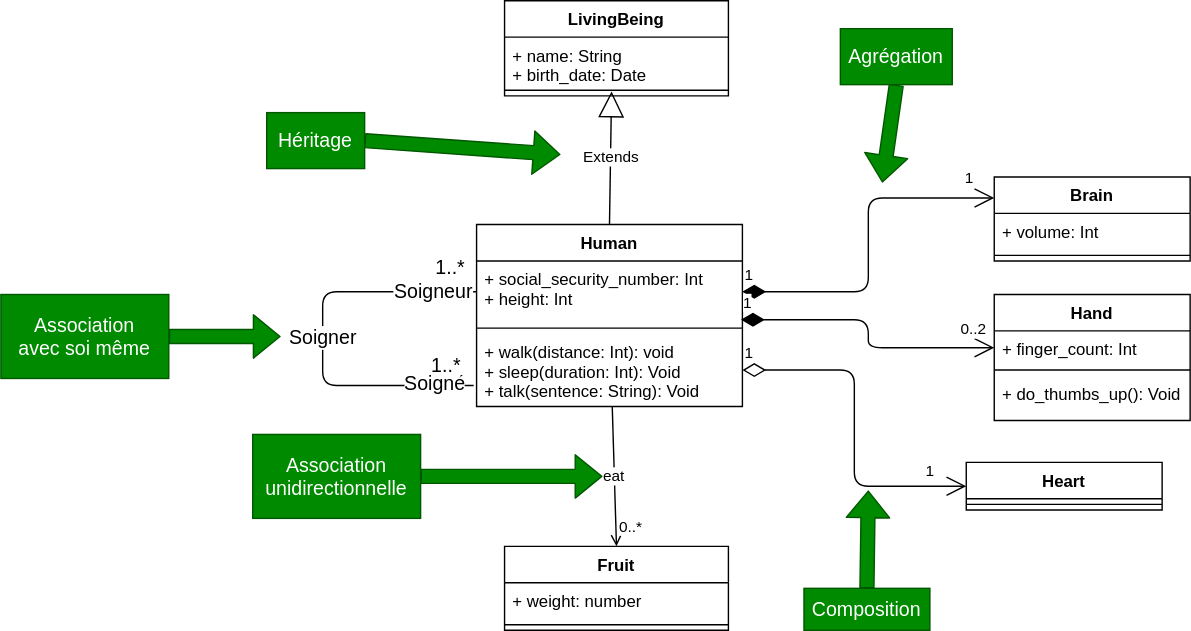
This is docs/poo/img/uml02.drawio.svg from yostane/cours-techniques-de-programmation, a draw.io export, as it was before one commit. Source tidied: cells renumbered, new cells last; positions are measured from the earlier drawing's top-left corner, leaving out a move shared by most shapes.
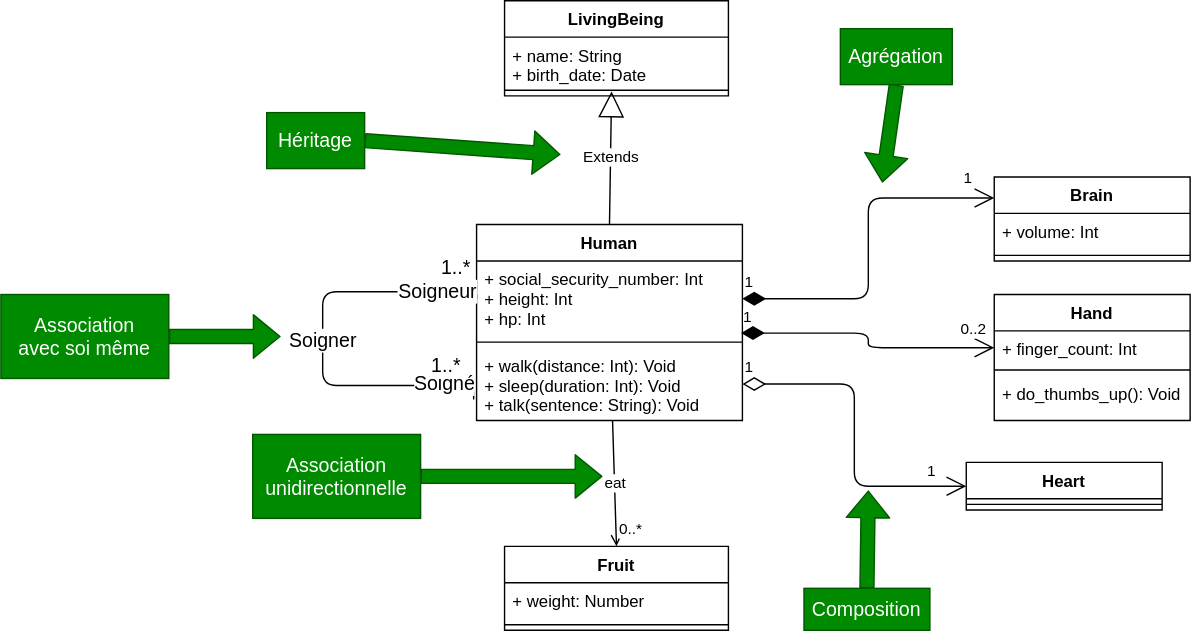
The same file after the commit.

The edit, as a diff of the source:
```diff
@@ -11,16 +11,16 @@
       </mxGeometry>
     </mxCell>
     <mxCell id="4" value="Human" style="swimlane;fontStyle=1;align=center;verticalAlign=top;horizontal=1;startSize=26;" parent="1" vertex="1">
-      <mxGeometry x="340" y="160" width="190" height="130" as="geometry" />
+      <mxGeometry x="340" y="160" width="190" height="140" as="geometry" />
     </mxCell>
-    <mxCell id="5" value="+ social_security_number: Int&#10;+ height: Int&#10;" style="text;strokeColor=none;fillColor=none;align=left;verticalAlign=top;spacingLeft=4;spacingRight=4;overflow=hidden;points=[[0,0.5],[1,0.5]];portConstraint=eastwest;" parent="4" vertex="1">
-      <mxGeometry y="26" width="190" height="44" as="geometry" />
+    <mxCell id="5" value="+ social_security_number: Int&#10;+ height: Int&#10;+ hp: Int&#10;" style="text;strokeColor=none;fillColor=none;align=left;verticalAlign=top;spacingLeft=4;spacingRight=4;overflow=hidden;points=[[0,0.5],[1,0.5]];portConstraint=eastwest;" parent="4" vertex="1">
+      <mxGeometry y="26" width="190" height="54" as="geometry" />
     </mxCell>
     <mxCell id="6" style="line;strokeWidth=1;fillColor=none;align=left;verticalAlign=middle;spacingTop=-1;spacingLeft=3;spacingRight=3;labelPosition=right;strokeColor=inherit;" parent="4" vertex="1">
-      <mxGeometry y="70" width="190" height="8" as="geometry" />
+      <mxGeometry y="80" width="190" height="8" as="geometry" />
     </mxCell>
-    <mxCell id="7" value="+ walk(distance: Int): void&#10;+ sleep(duration: Int): Void&#10;+ talk(sentence: String): Void" style="text;strokeColor=none;fillColor=none;align=left;verticalAlign=top;spacingLeft=4;spacingRight=4;overflow=hidden;points=[[0,0.5],[1,0.5]];portConstraint=eastwest;" parent="4" vertex="1">
-      <mxGeometry y="78" width="190" height="52" as="geometry" />
+    <mxCell id="7" value="+ walk(distance: Int): Void&#10;+ sleep(duration: Int): Void&#10;+ talk(sentence: String): Void" style="text;strokeColor=none;fillColor=none;align=left;verticalAlign=top;spacingLeft=4;spacingRight=4;overflow=hidden;points=[[0,0.5],[1,0.5]];portConstraint=eastwest;" parent="4" vertex="1">
+      <mxGeometry y="88" width="190" height="52" as="geometry" />
     </mxCell>
     <mxCell id="8" value="Soigner" style="endArrow=none;html=1;edgeStyle=orthogonalEdgeStyle;fontSize=14;entryX=0;entryY=0.5;entryDx=0;entryDy=0;exitX=-0.011;exitY=0.712;exitDx=0;exitDy=0;exitPerimeter=0;" parent="4" edge="1" source="7" target="5">
       <mxGeometry relative="1" as="geometry">
@@ -109,7 +109,7 @@
     <mxCell id="31" value="Fruit" style="swimlane;fontStyle=1;align=center;verticalAlign=top;horizontal=1;startSize=26;" parent="1" vertex="1">
       <mxGeometry x="360" y="390" width="160" height="60" as="geometry" />
     </mxCell>
-    <mxCell id="32" value="+ weight: number" style="text;strokeColor=none;fillColor=none;align=left;verticalAlign=top;spacingLeft=4;spacingRight=4;overflow=hidden;" parent="31" vertex="1">
+    <mxCell id="32" value="+ weight: Number" style="text;strokeColor=none;fillColor=none;align=left;verticalAlign=top;spacingLeft=4;spacingRight=4;overflow=hidden;" parent="31" vertex="1">
       <mxGeometry y="26" width="160" height="26" as="geometry" />
     </mxCell>
     <mxCell id="33" style="line;strokeWidth=1;fillColor=none;align=left;verticalAlign=middle;spacingTop=-1;spacingLeft=3;spacingRight=3;labelPosition=right;strokeColor=inherit;" parent="31" vertex="1">
```
